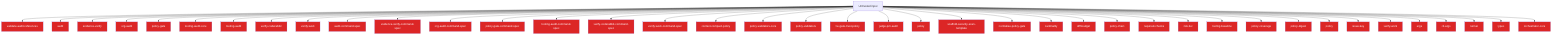
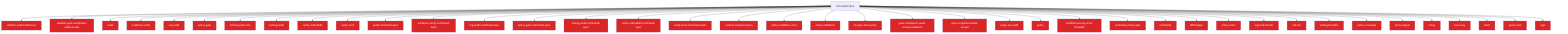
flowchart TD
  Untrusted["Untrusted input"]
  validate_audit_references_811f872a["validate-audit-references"]
  Untrusted --> validate_audit_references_811f872a
+   validate_goal_completion_audit_receipt_100d252c["validate-goal-completion-audit-receipt"]
+   Untrusted --> validate_goal_completion_audit_receipt_100d252c
  audit_b81f37a0["audit"]
  Untrusted --> audit_b81f37a0
  evidence_verify_3b73c290["evidence-verify"]
  Untrusted --> evidence_verify_3b73c290
  org_audit_d739e44b["org-audit"]
  Untrusted --> org_audit_d739e44b
  policy_gate_213f7313["policy-gate"]
  Untrusted --> policy_gate_213f7313
  tooling_audit_core_328d6a41["tooling-audit-core"]
  Untrusted --> tooling_audit_core_328d6a41
  tooling_audit_8a8239ff["tooling-audit"]
  Untrusted --> tooling_audit_8a8239ff
  verify_coderabbit_490b4e71["verify-coderabbit"]
  Untrusted --> verify_coderabbit_490b4e71
  verify_work_df70ecac["verify-work"]
  Untrusted --> verify_work_df70ecac
  audit_command_spec_5acf0149["audit-command-spec"]
  Untrusted --> audit_command_spec_5acf0149
  evidence_verify_command_spec_e1cbfea2["evidence-verify-command-spec"]
  Untrusted --> evidence_verify_command_spec_e1cbfea2
  org_audit_command_spec_1a570341["org-audit-command-spec"]
  Untrusted --> org_audit_command_spec_1a570341
  policy_gate_command_spec_71e8726a["policy-gate-command-spec"]
  Untrusted --> policy_gate_command_spec_71e8726a
  tooling_audit_command_spec_e0e57863["tooling-audit-command-spec"]
  Untrusted --> tooling_audit_command_spec_e0e57863
  verify_coderabbit_command_spec_68cc9ec5["verify-coderabbit-command-spec"]
  Untrusted --> verify_coderabbit_command_spec_68cc9ec5
  verify_work_command_spec_d6c94ac8["verify-work-command-spec"]
  Untrusted --> verify_work_command_spec_d6c94ac8
  context_compact_policy_3dcaf95d["context-compact-policy"]
  Untrusted --> context_compact_policy_3dcaf95d
  policy_validators_core_714a3fe7["policy-validators-core"]
  Untrusted --> policy_validators_core_714a3fe7
  policy_validators_6682e192["policy-validators"]
  Untrusted --> policy_validators_6682e192
  he_gate_trust_policy_b1126dfd["he-gate-trust-policy"]
  Untrusted --> he_gate_trust_policy_b1126dfd
+   goal_completion_audit_receipt_validation_9d0f4891["goal-completion-audit-receipt-validation"]
+   Untrusted --> goal_completion_audit_receipt_validation_9d0f4891
+   goal_completion_audit_receipt_5e4939c3["goal-completion-audit-receipt"]
+   Untrusted --> goal_completion_audit_receipt_5e4939c3
  judge_pm_audit_ccd20b35["judge-pm-audit"]
  Untrusted --> judge_pm_audit_ccd20b35
  policy_823412d1["policy"]
  Untrusted --> policy_823412d1
  scaffold_security_scan_template_55bc7465["scaffold-security-scan-template"]
  Untrusted --> scaffold_security_scan_template_55bc7465
  normalise_policy_gate_90229693["normalise-policy-gate"]
  Untrusted --> normalise_policy_gate_90229693
  cardinality_ebef8aff["cardinality"]
  Untrusted --> cardinality_ebef8aff
  diff_budget_1_9f85eb1c["diff-budget"]
  Untrusted --> diff_budget_1_9f85eb1c
  policy_chain_0c92e343["policy-chain"]
  Untrusted --> policy_chain_0c92e343
  required_checks_46396214["required-checks"]
  Untrusted --> required_checks_46396214
  risk_tier_1_96b6ff91["risk-tier"]
  Untrusted --> risk_tier_1_96b6ff91
  tooling_baseline_50ab2eeb["tooling-baseline"]
  Untrusted --> tooling_baseline_50ab2eeb
  policy_coverage_dab8febe["policy-coverage"]
  Untrusted --> policy_coverage_dab8febe
  policy_digest_ca7acf0a["policy-digest"]
  Untrusted --> policy_digest_ca7acf0a
  policy_1_fc4198db["policy"]
  Untrusted --> policy_1_fc4198db
  issue_key_305bf3db["issue-key"]
  Untrusted --> issue_key_305bf3db
+   hash_d04b98f4["hash"]
+   Untrusted --> hash_d04b98f4
  verify_work_1_cd8e7ec3["verify-work"]
  Untrusted --> verify_work_1_cd8e7ec3
  args_1_15220d9b["args"]
  Untrusted --> args_1_15220d9b
-   cli_args_14_3481043e["cli-args"]
-   Untrusted --> cli_args_14_3481043e
-   runner_1_6f281bf8["runner"]
-   Untrusted --> runner_1_6f281bf8
-   types_31_eb363e20["types"]
-   Untrusted --> types_31_eb363e20
-   orchestrator_core_d0678b53["orchestrator-core"]
-   Untrusted --> orchestrator_core_d0678b53
  classDef securityNode fill:#dc2626,color:#fff
-   class validate_audit_references_811f872a,audit_b81f37a0,evidence_verify_3b73c290,org_audit_d739e44b,policy_gate_213f7313,tooling_audit_core_328d6a41,tooling_audit_8a8239ff,verify_coderabbit_490b4e71,verify_work_df70ecac,audit_command_spec_5acf0149,evidence_verify_command_spec_e1cbfea2,org_audit_command_spec_1a570341,policy_gate_command_spec_71e8726a,tooling_audit_command_spec_e0e57863,verify_coderabbit_command_spec_68cc9ec5,verify_work_command_spec_d6c94ac8,context_compact_policy_3dcaf95d,policy_validators_core_714a3fe7,policy_validators_6682e192,he_gate_trust_policy_b1126dfd,judge_pm_audit_ccd20b35,policy_823412d1,scaffold_security_scan_template_55bc7465,normalise_policy_gate_90229693,cardinality_ebef8aff,diff_budget_1_9f85eb1c,policy_chain_0c92e343,required_checks_46396214,risk_tier_1_96b6ff91,tooling_baseline_50ab2eeb,policy_coverage_dab8febe,policy_digest_ca7acf0a,policy_1_fc4198db,issue_key_305bf3db,verify_work_1_cd8e7ec3,args_1_15220d9b,cli_args_14_3481043e,runner_1_6f281bf8,types_31_eb363e20,orchestrator_core_d0678b53 securityNode
+   class validate_audit_references_811f872a,validate_goal_completion_audit_receipt_100d252c,audit_b81f37a0,evidence_verify_3b73c290,org_audit_d739e44b,policy_gate_213f7313,tooling_audit_core_328d6a41,tooling_audit_8a8239ff,verify_coderabbit_490b4e71,verify_work_df70ecac,audit_command_spec_5acf0149,evidence_verify_command_spec_e1cbfea2,org_audit_command_spec_1a570341,policy_gate_command_spec_71e8726a,tooling_audit_command_spec_e0e57863,verify_coderabbit_command_spec_68cc9ec5,verify_work_command_spec_d6c94ac8,context_compact_policy_3dcaf95d,policy_validators_core_714a3fe7,policy_validators_6682e192,he_gate_trust_policy_b1126dfd,goal_completion_audit_receipt_validation_9d0f4891,goal_completion_audit_receipt_5e4939c3,judge_pm_audit_ccd20b35,policy_823412d1,scaffold_security_scan_template_55bc7465,normalise_policy_gate_90229693,cardinality_ebef8aff,diff_budget_1_9f85eb1c,policy_chain_0c92e343,required_checks_46396214,risk_tier_1_96b6ff91,tooling_baseline_50ab2eeb,policy_coverage_dab8febe,policy_digest_ca7acf0a,policy_1_fc4198db,issue_key_305bf3db,hash_d04b98f4,verify_work_1_cd8e7ec3,args_1_15220d9b securityNode
